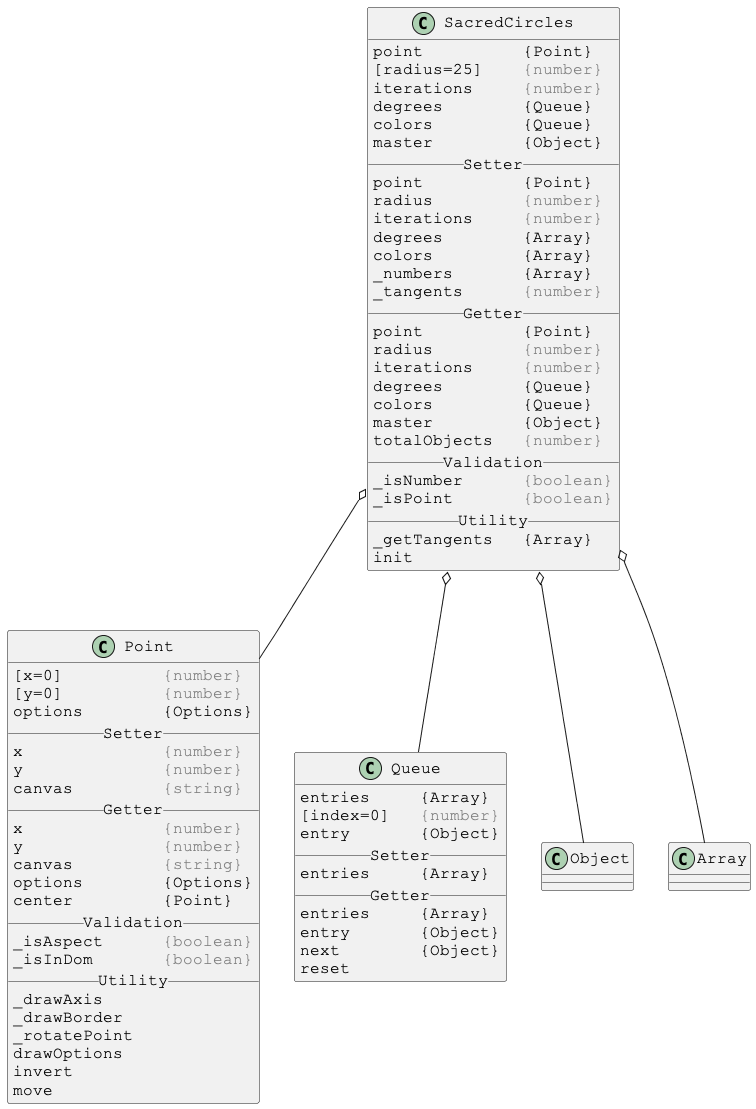
This is docs/PlantUml/images/linked/SacredCircles-linked.png from Justin-Byrne/canvasLab, a PlantUML export, as it was before one commit. The source it was exported from:
```plantuml
@startuml

skinparam DefaultFontSize 16
skinparam DefaultFontName Courier New

class SacredCircles {
point          {Point}
[radius=25]    <color:gray>{number}</color>
iterations     <color:gray>{number}</color>
degrees        {Queue}
colors         {Queue}
master         {Object}
__ Setter __
point          {Point}
radius         <color:gray>{number}</color>
iterations     <color:gray>{number}</color>
degrees        {Array}
colors         {Array}
_numbers       {Array}
_tangents      <color:gray>{number}</color>
__ Getter __
point          {Point}
radius         <color:gray>{number}</color>
iterations     <color:gray>{number}</color>
degrees        {Queue}
colors         {Queue}
master         {Object}
totalObjects   <color:gray>{number}</color>
__ Validation __
_isNumber      <color:gray>{boolean}</color>
_isPoint       <color:gray>{boolean}</color>
__ Utility __
_getTangents   {Array}
init
}

SacredCircles o-- Point
SacredCircles o-- Queue
SacredCircles o-- Object
SacredCircles o-- Array



skinparam DefaultFontSize 16
skinparam DefaultFontName Courier New

class Point {
[x=0]          <color:gray>{number}</color>
[y=0]          <color:gray>{number}</color>
options        {Options}
__ Setter __
x              <color:gray>{number}</color>
y              <color:gray>{number}</color>
canvas         <color:gray>{string}</color>
__ Getter __
x              <color:gray>{number}</color>
y              <color:gray>{number}</color>
canvas         <color:gray>{string}</color>
options        {Options}
center         {Point}
__ Validation __
_isAspect      <color:gray>{boolean}</color>
_isInDom       <color:gray>{boolean}</color>
__ Utility __
_drawAxis
_drawBorder
_rotatePoint
drawOptions
invert
move
}



skinparam DefaultFontSize 16
skinparam DefaultFontName Courier New

class Queue {
entries     {Array}
[index=0]   <color:gray>{number}</color>
entry       {Object}
__ Setter __
entries     {Array}
__ Getter __
entries     {Array}
entry       {Object}
next        {Object}
reset
}

@enduml
```
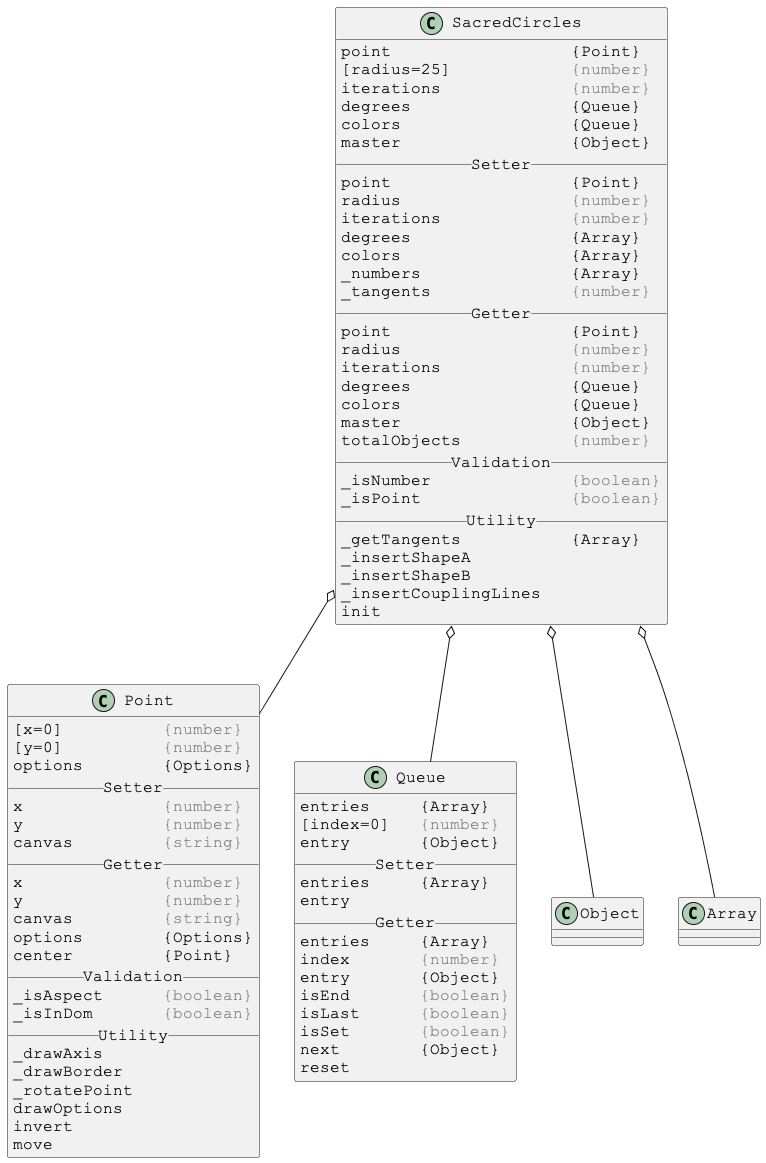
The same diagram one commit later.

Diff of the diagram source:
```diff
@@ -4,33 +4,36 @@
 skinparam DefaultFontName Courier New
 
 class SacredCircles {
-point          {Point}
-[radius=25]    <color:gray>{number}</color>
-iterations     <color:gray>{number}</color>
-degrees        {Queue}
-colors         {Queue}
-master         {Object}
+point                  {Point}
+[radius=25]            <color:gray>{number}</color>
+iterations             <color:gray>{number}</color>
+degrees                {Queue}
+colors                 {Queue}
+master                 {Object}
 __ Setter __
-point          {Point}
-radius         <color:gray>{number}</color>
-iterations     <color:gray>{number}</color>
-degrees        {Array}
-colors         {Array}
-_numbers       {Array}
-_tangents      <color:gray>{number}</color>
+point                  {Point}
+radius                 <color:gray>{number}</color>
+iterations             <color:gray>{number}</color>
+degrees                {Array}
+colors                 {Array}
+_numbers               {Array}
+_tangents              <color:gray>{number}</color>
 __ Getter __
-point          {Point}
-radius         <color:gray>{number}</color>
-iterations     <color:gray>{number}</color>
-degrees        {Queue}
-colors         {Queue}
-master         {Object}
-totalObjects   <color:gray>{number}</color>
+point                  {Point}
+radius                 <color:gray>{number}</color>
+iterations             <color:gray>{number}</color>
+degrees                {Queue}
+colors                 {Queue}
+master                 {Object}
+totalObjects           <color:gray>{number}</color>
 __ Validation __
-_isNumber      <color:gray>{boolean}</color>
-_isPoint       <color:gray>{boolean}</color>
+_isNumber              <color:gray>{boolean}</color>
+_isPoint               <color:gray>{boolean}</color>
 __ Utility __
-_getTangents   {Array}
+_getTangents           {Array}
+_insertShapeA
+_insertShapeB
+_insertCouplingLines
 init
 }
 
@@ -81,9 +84,14 @@
 entry       {Object}
 __ Setter __
 entries     {Array}
+entry
 __ Getter __
 entries     {Array}
+index       <color:gray>{number}</color>
 entry       {Object}
+isEnd       <color:gray>{boolean}</color>
+isLast      <color:gray>{boolean}</color>
+isSet       <color:gray>{boolean}</color>
 next        {Object}
 reset
 }
```
